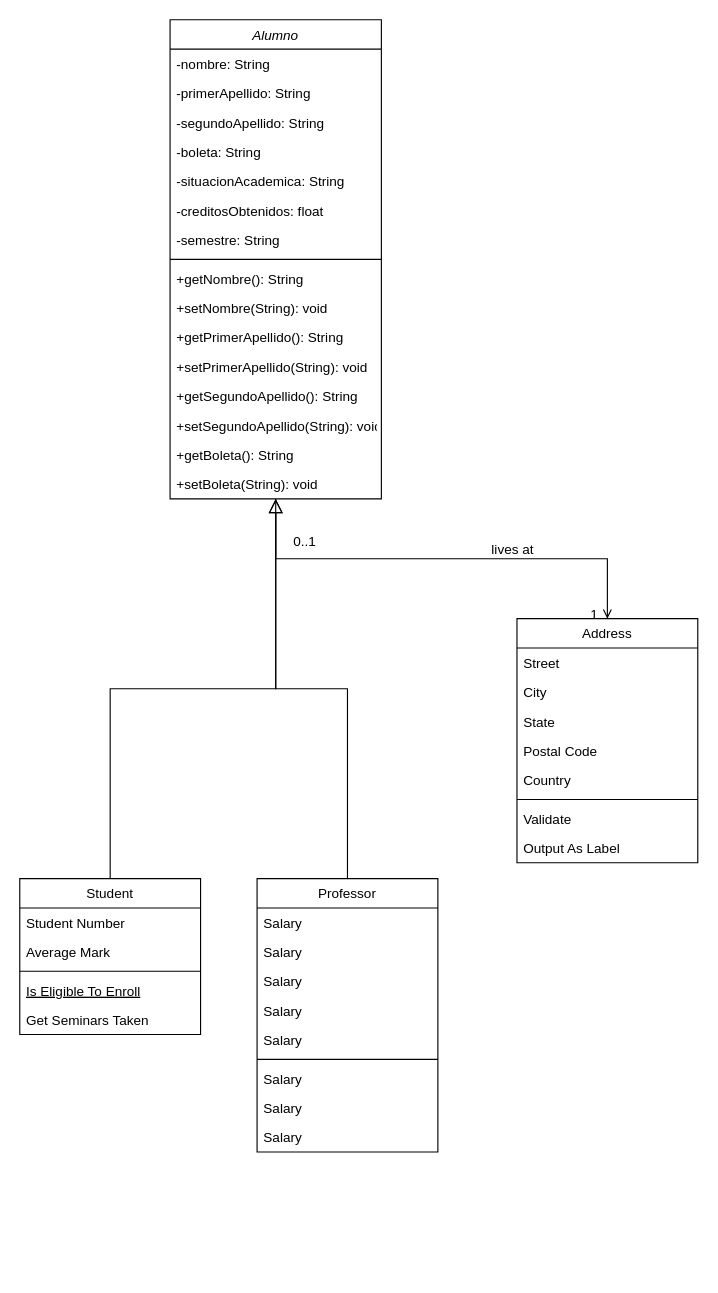
The draw.io diagram Untitled Diagram.drawio in a2772/J-001-ProyectosCurso, before the edit. Source tidied: cells renumbered, new cells numbered last; positions are measured from the earlier drawing's top-left corner, leaving out a move shared by most shapes. Both pictures are drawn from the tidied source at 113%, with x=0, y=0 at pixel (19, 19).
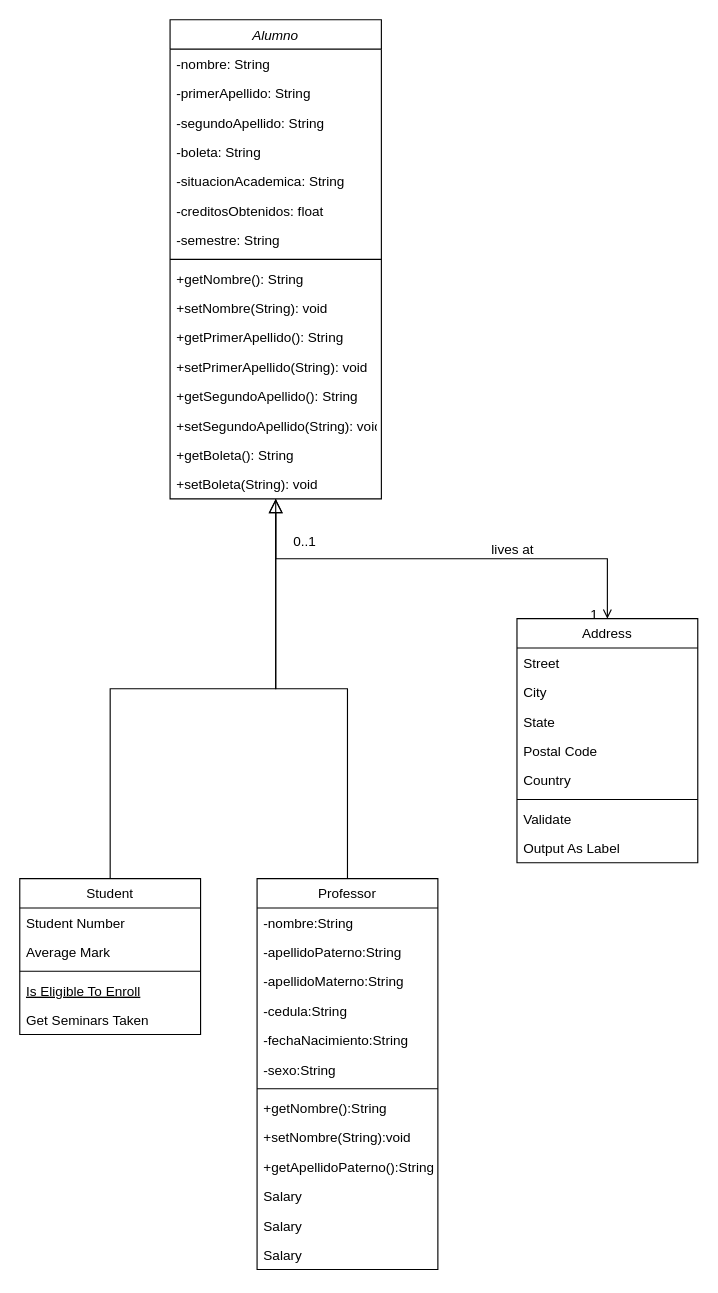
The same diagram, later.

The edit, as a diff of the source:
```diff
@@
     <mxCell id="26" value="Professor" style="swimlane;fontStyle=0;align=center;verticalAlign=top;horizontal=1;startSize=26;rounded=0;shadow=0;strokeWidth=1;" parent="1" vertex="1">
-      <mxGeometry x="210" y="760" width="160" height="242" as="geometry" />
+      <mxGeometry x="210" y="760" width="160" height="346" as="geometry" />
     </mxCell>
-    <mxCell id="27" value="Salary" style="text;align=left;verticalAlign=top;spacingLeft=4;spacingRight=4;overflow=hidden;" parent="26" vertex="1">
+    <mxCell id="27" value="-nombre:String" style="text;align=left;verticalAlign=top;spacingLeft=4;spacingRight=4;overflow=hidden;" parent="26" vertex="1">
       <mxGeometry y="26" width="160" height="26" as="geometry" />
     </mxCell>
-    <mxCell id="28" value="Salary" style="text;align=left;verticalAlign=top;spacingLeft=4;spacingRight=4;overflow=hidden;" parent="26" vertex="1">
+    <mxCell id="28" value="-apellidoPaterno:String" style="text;align=left;verticalAlign=top;spacingLeft=4;spacingRight=4;overflow=hidden;" parent="26" vertex="1">
       <mxGeometry y="52" width="160" height="26" as="geometry" />
     </mxCell>
-    <mxCell id="29" value="Salary" style="text;align=left;verticalAlign=top;spacingLeft=4;spacingRight=4;overflow=hidden;" parent="26" vertex="1">
+    <mxCell id="29" value="-apellidoMaterno:String" style="text;align=left;verticalAlign=top;spacingLeft=4;spacingRight=4;overflow=hidden;" parent="26" vertex="1">
       <mxGeometry y="78" width="160" height="26" as="geometry" />
     </mxCell>
-    <mxCell id="30" value="Salary" style="text;align=left;verticalAlign=top;spacingLeft=4;spacingRight=4;overflow=hidden;" parent="26" vertex="1">
+    <mxCell id="30" value="-cedula:String" style="text;align=left;verticalAlign=top;spacingLeft=4;spacingRight=4;overflow=hidden;" parent="26" vertex="1">
       <mxGeometry y="104" width="160" height="26" as="geometry" />
     </mxCell>
-    <mxCell id="31" value="Salary" style="text;align=left;verticalAlign=top;spacingLeft=4;spacingRight=4;overflow=hidden;" parent="26" vertex="1">
-      <mxGeometry y="130" width="160" height="26" as="geometry" />
-    </mxCell>
+    <mxCell id="50" value="-fechaNacimiento:String" style="text;align=left;verticalAlign=top;spacingLeft=4;spacingRight=4;overflow=hidden;" parent="26" vertex="1">
+      <mxGeometry y="130" width="160" height="26" as="geometry" />
+    </mxCell>
+    <mxCell id="51" value="-sexo:String" style="text;align=left;verticalAlign=top;spacingLeft=4;spacingRight=4;overflow=hidden;" parent="26" vertex="1">
+      <mxGeometry y="156" width="160" height="26" as="geometry" />
+    </mxCell>
     <mxCell id="32" style="line;html=1;strokeWidth=1;align=left;verticalAlign=middle;spacingTop=-1;spacingLeft=3;spacingRight=3;labelPosition=right;" parent="26" vertex="1">
-      <mxGeometry y="156" width="160" height="8" as="geometry" />
+      <mxGeometry y="182" width="160" height="8" as="geometry" />
     </mxCell>
+    <mxCell id="52" value="+getNombre():String&#10;" style="text;align=left;verticalAlign=top;spacingLeft=4;spacingRight=4;overflow=hidden;" parent="26" vertex="1">
+      <mxGeometry y="190" width="160" height="26" as="geometry" />
+    </mxCell>
-    <mxCell id="33" value="Salary" style="text;align=left;verticalAlign=top;spacingLeft=4;spacingRight=4;overflow=hidden;" parent="26" vertex="1">
-      <mxGeometry y="164" width="160" height="26" as="geometry" />
+    <mxCell id="33" value="+setNombre(String):void" style="text;align=left;verticalAlign=top;spacingLeft=4;spacingRight=4;overflow=hidden;" parent="26" vertex="1">
+      <mxGeometry y="216" width="160" height="26" as="geometry" />
     </mxCell>
-    <mxCell id="34" value="Salary" style="text;align=left;verticalAlign=top;spacingLeft=4;spacingRight=4;overflow=hidden;" parent="26" vertex="1">
-      <mxGeometry y="190" width="160" height="26" as="geometry" />
+    <mxCell id="34" value="+getApellidoPaterno():String" style="text;align=left;verticalAlign=top;spacingLeft=4;spacingRight=4;overflow=hidden;" parent="26" vertex="1">
+      <mxGeometry y="242" width="160" height="26" as="geometry" />
     </mxCell>
     <mxCell id="35" value="Salary" style="text;align=left;verticalAlign=top;spacingLeft=4;spacingRight=4;overflow=hidden;" parent="26" vertex="1">
-      <mxGeometry y="216" width="160" height="26" as="geometry" />
+      <mxGeometry y="268" width="160" height="26" as="geometry" />
     </mxCell>
+    <mxCell id="53" value="Salary" style="text;align=left;verticalAlign=top;spacingLeft=4;spacingRight=4;overflow=hidden;" parent="26" vertex="1">
+      <mxGeometry y="294" width="160" height="26" as="geometry" />
+    </mxCell>
+    <mxCell id="54" value="Salary" style="text;align=left;verticalAlign=top;spacingLeft=4;spacingRight=4;overflow=hidden;" parent="26" vertex="1">
+      <mxGeometry y="320" width="160" height="26" as="geometry" />
+    </mxCell>
```
